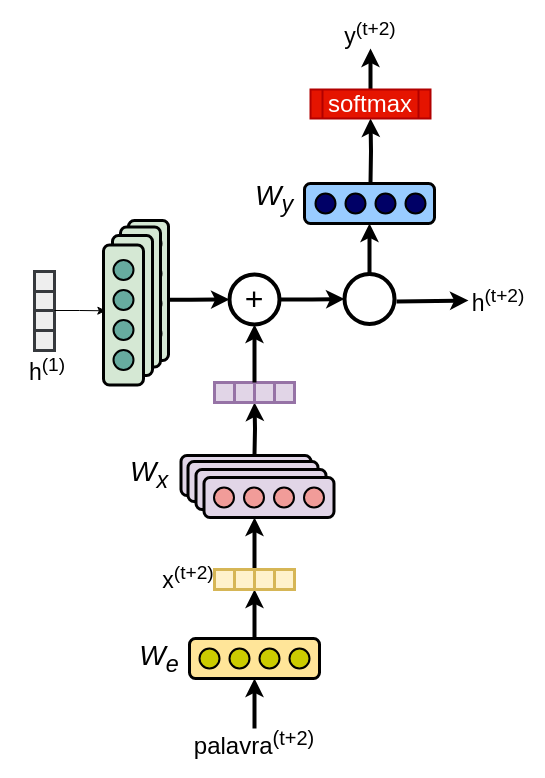
Before: lstm.drawio in viniciusrpb/drawio_flowcharts, a draw.io diagram. Source tidied: cells renumbered, new cells numbered last; positions are measured from the earlier drawing's top-left corner, leaving out a move shared by most shapes. Both pictures are drawn from the tidied source at 100%, with x=0, y=0 at pixel (17, 18).
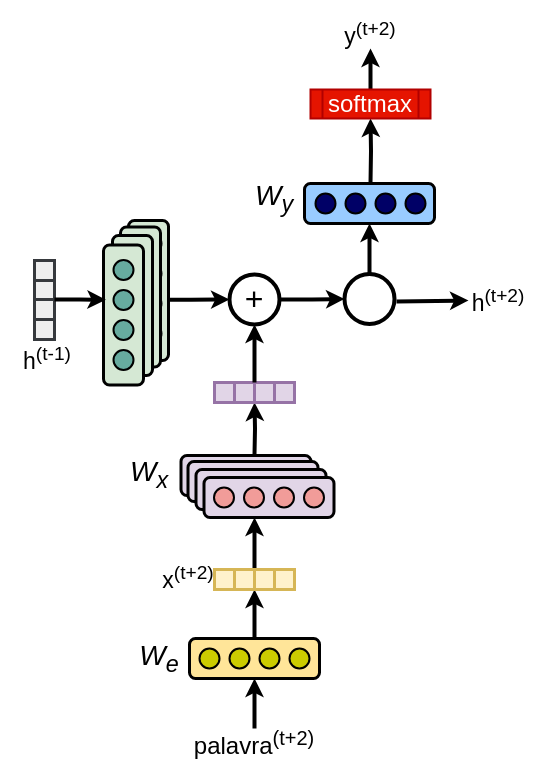
After the change.

The change refers to these unchanged cells:
```xml
<mxCell id="61" style="rounded=1;whiteSpace=wrap;html=1;fontSize=12;glass=0;strokeWidth=3;shadow=0;rotation=90;fillColor=#d5e8d4;strokeColor=#000000;" parent="1" vertex="1">
  <mxGeometry x="36" y="276.5" width="140" height="40" as="geometry" />
</mxCell>
```

What changed in the source:
```diff
@@
-    <mxCell id="46" value="h&lt;sup&gt;(1)&lt;/sup&gt;" style="text;html=1;align=center;verticalAlign=middle;whiteSpace=wrap;rounded=0;fontSize=23;strokeWidth=4;" parent="1" vertex="1">
-      <mxGeometry y="336" width="60" height="30" as="geometry" />
+    <mxCell id="46" value="h&lt;sup&gt;(t-1)&lt;/sup&gt;" style="text;html=1;align=center;verticalAlign=middle;whiteSpace=wrap;rounded=0;fontSize=23;strokeWidth=4;" parent="1" vertex="1">
+      <mxGeometry y="325" width="60" height="30" as="geometry" />
     </mxCell>
     <mxCell id="47" style="rounded=0;whiteSpace=wrap;html=1;strokeWidth=3;fillColor=#eeeeee;strokeColor=#36393d;" parent="1" vertex="1">
-      <mxGeometry x="17" y="312" width="20" height="20" as="geometry" />
+      <mxGeometry x="17" y="301" width="20" height="20" as="geometry" />
     </mxCell>
     <mxCell id="48" style="rounded=0;whiteSpace=wrap;html=1;strokeWidth=3;fillColor=#eeeeee;strokeColor=#36393d;" parent="1" vertex="1">
-      <mxGeometry x="17" y="292" width="20" height="20" as="geometry" />
+      <mxGeometry x="17" y="281" width="20" height="20" as="geometry" />
     </mxCell>
     <mxCell id="49" style="rounded=0;whiteSpace=wrap;html=1;strokeWidth=3;fillColor=#eeeeee;strokeColor=#36393d;" parent="1" vertex="1">
-      <mxGeometry x="17" y="272" width="20" height="20" as="geometry" />
+      <mxGeometry x="17" y="261" width="20" height="20" as="geometry" />
     </mxCell>
     <mxCell id="50" style="rounded=0;whiteSpace=wrap;html=1;strokeWidth=3;fillColor=#eeeeee;strokeColor=#36393d;" parent="1" vertex="1">
-      <mxGeometry x="17" y="253" width="20" height="20" as="geometry" />
+      <mxGeometry x="17" y="242" width="20" height="20" as="geometry" />
     </mxCell>
@@
-    <mxCell id="66" style="edgeStyle=orthogonalEdgeStyle;rounded=0;jettySize=auto;html=1;exitX=1;exitY=0;exitDx=0;exitDy=0;entryX=0.47;entryY=0.941;entryDx=0;entryDy=0;entryPerimeter=0;" parent="1" edge="1" source="48" target="61">
+    <mxCell id="66" style="edgeStyle=orthogonalEdgeStyle;rounded=0;jettySize=auto;html=1;exitX=1;exitY=0;exitDx=0;exitDy=0;entryX=0.47;entryY=0.941;entryDx=0;entryDy=0;entryPerimeter=0;strokeWidth=4;" parent="1" edge="1" source="48">
       <mxGeometry relative="1" as="geometry">
+        <mxPoint x="88.4" y="281.3" as="targetPoint" />
         <Array as="points">
-          <mxPoint x="62" y="292" />
+          <mxPoint x="62" y="281" />
         </Array>
       </mxGeometry>
     </mxCell>
```
